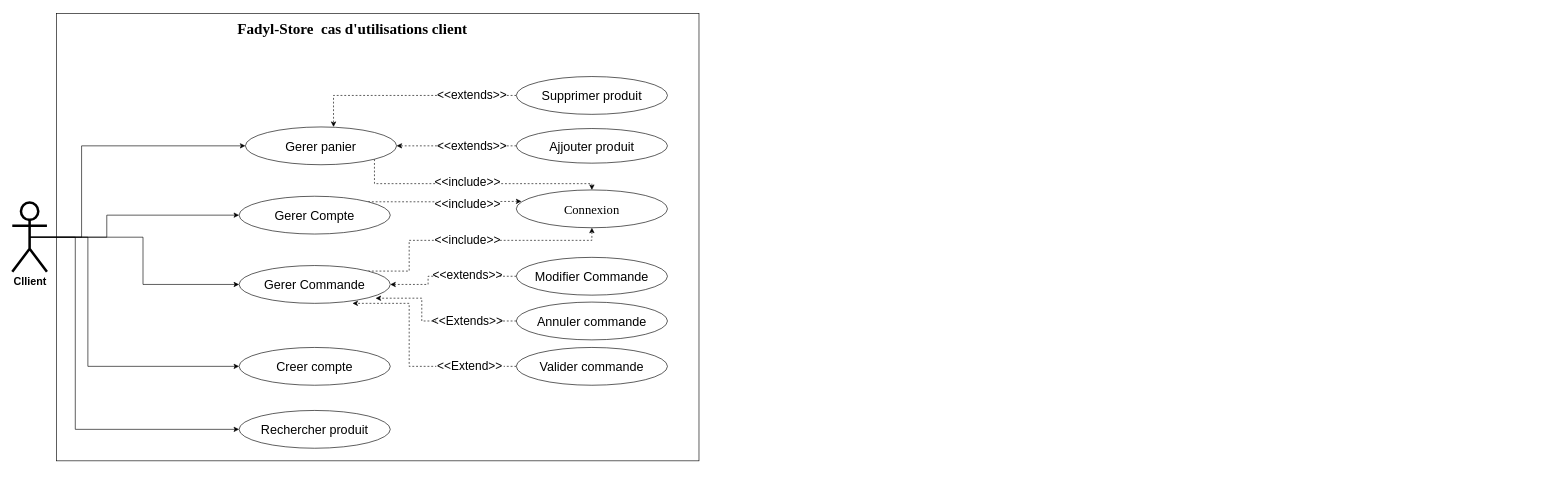
This is use case.drawio from Meshavegas/Fadhyl-Store, a draw.io file, before an edit. Source tidied: cells renumbered, new cells numbered last; positions are measured from the earlier drawing's top-left corner, leaving out a move shared by most shapes. Both pictures are drawn from the tidied source at 63%, with x=0, y=0 at pixel (12, 13).
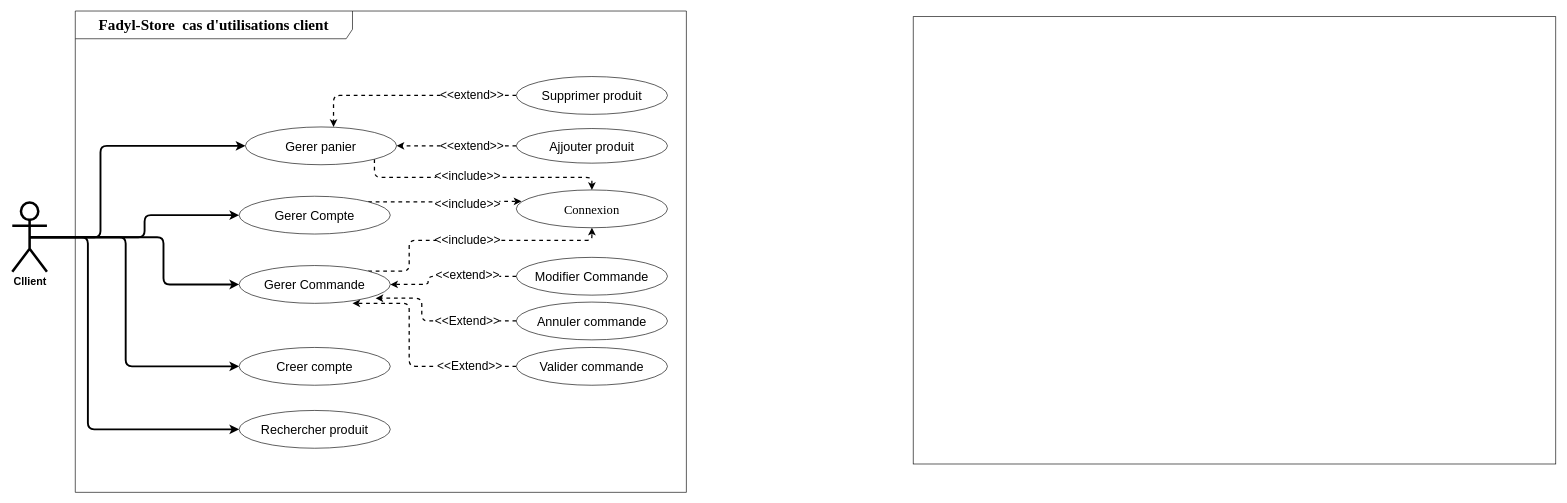
After the change.

Unchanged cells that the change refers to:
```xml
<mxCell id="8" value="&lt;b&gt;&lt;font style=&quot;font-size: 17px;&quot;&gt;Cllient&lt;/font&gt;&lt;/b&gt;" style="shape=umlActor;verticalLabelPosition=bottom;verticalAlign=top;html=1;strokeWidth=4;" parent="1" vertex="1">
  <mxGeometry y="300" width="55" height="110" as="geometry" />
</mxCell>
<mxCell id="12" value="&lt;font style=&quot;font-size: 20px;&quot;&gt;Gerer Compte&lt;/font&gt;" style="ellipse;whiteSpace=wrap;html=1;" parent="1" vertex="1">
  <mxGeometry x="360" y="290" width="240" height="60" as="geometry" />
</mxCell>
<mxCell id="14" value="&lt;font style=&quot;font-size: 20px;&quot;&gt;Gerer Commande&lt;/font&gt;" style="ellipse;whiteSpace=wrap;html=1;" parent="1" vertex="1">
  <mxGeometry x="360" y="400" width="240" height="60" as="geometry" />
</mxCell>
<mxCell id="15" value="&lt;font style=&quot;font-size: 20px;&quot;&gt;Creer compte&lt;/font&gt;" style="ellipse;whiteSpace=wrap;html=1;" parent="1" vertex="1">
  <mxGeometry x="360" y="530" width="240" height="60" as="geometry" />
</mxCell>
<mxCell id="16" value="&lt;font style=&quot;font-size: 20px;&quot;&gt;Rechercher produit&lt;/font&gt;" style="ellipse;whiteSpace=wrap;html=1;" parent="1" vertex="1">
  <mxGeometry x="360" y="630" width="240" height="60" as="geometry" />
</mxCell>
<mxCell id="18" value="&lt;font style=&quot;font-size: 20px;&quot;&gt;Ajjouter produit&lt;/font&gt;" style="ellipse;whiteSpace=wrap;html=1;flipV=1;flipH=1;" parent="1" vertex="1">
  <mxGeometry x="800" y="182.5" width="240" height="55" as="geometry" />
</mxCell>
<mxCell id="20" value="&lt;font style=&quot;font-size: 20px;&quot;&gt;Supprimer produit&lt;/font&gt;" style="ellipse;whiteSpace=wrap;html=1;flipV=1;flipH=1;" parent="1" vertex="1">
  <mxGeometry x="800" y="100" width="240" height="60" as="geometry" />
</mxCell>
<mxCell id="22" value="&lt;font style=&quot;font-size: 20px;&quot;&gt;Modifier Commande&lt;/font&gt;" style="ellipse;whiteSpace=wrap;html=1;flipV=1;flipH=1;" parent="1" vertex="1">
  <mxGeometry x="800" y="387" width="240" height="60" as="geometry" />
</mxCell>
<mxCell id="24" value="&lt;font style=&quot;font-size: 20px;&quot;&gt;Annuler commande&lt;/font&gt;" style="ellipse;whiteSpace=wrap;html=1;flipV=1;flipH=1;" parent="1" vertex="1">
  <mxGeometry x="800" y="458" width="240" height="60" as="geometry" />
</mxCell>
<mxCell id="26" value="&lt;font style=&quot;font-size: 20px;&quot;&gt;Valider commande&lt;/font&gt;" style="ellipse;whiteSpace=wrap;html=1;flipV=1;flipH=1;" parent="1" vertex="1">
  <mxGeometry x="800" y="530" width="240" height="60" as="geometry" />
</mxCell>
<mxCell id="27" value="&lt;font face=&quot;Times New Roman&quot; style=&quot;font-size: 20px;&quot;&gt;Connexion&lt;/font&gt;" style="ellipse;whiteSpace=wrap;html=1;" parent="1" vertex="1">
  <mxGeometry x="800" y="280" width="240" height="60" as="geometry" />
</mxCell>
```

Diff of the diagram source:
```diff
@@
     <mxCell id="2" style="rounded=0;whiteSpace=wrap;html=1;" parent="1" vertex="1">
-      <mxGeometry x="70" width="1020" height="710" as="geometry" />
+      <mxGeometry x="1430" y="5" width="1020" height="710" as="geometry" />
     </mxCell>
-    <mxCell id="3" style="edgeStyle=orthogonalEdgeStyle;rounded=0;jettySize=auto;html=1;exitX=0.5;exitY=0.5;exitDx=0;exitDy=0;exitPerimeter=0;entryX=0;entryY=0.5;entryDx=0;entryDy=0;" parent="1" edge="1" source="8" target="14">
-      <mxGeometry relative="1" as="geometry" />
+    <mxCell id="3" style="edgeStyle=orthogonalEdgeStyle;rounded=1;jettySize=auto;html=1;exitX=0.5;exitY=0.5;exitDx=0;exitDy=0;exitPerimeter=0;entryX=0;entryY=0.5;entryDx=0;entryDy=0;strokeWidth=3;" parent="1" edge="1" source="8" target="14">
+      <mxGeometry relative="1" as="geometry">
+        <Array as="points">
+          <mxPoint x="240" y="355" />
+          <mxPoint x="240" y="430" />
+        </Array>
+      </mxGeometry>
     </mxCell>
-    <mxCell id="4" style="edgeStyle=orthogonalEdgeStyle;rounded=0;jettySize=auto;html=1;exitX=0.5;exitY=0.5;exitDx=0;exitDy=0;exitPerimeter=0;entryX=0;entryY=0.5;entryDx=0;entryDy=0;" parent="1" edge="1" source="8" target="15">
+    <mxCell id="4" style="edgeStyle=orthogonalEdgeStyle;rounded=1;jettySize=auto;html=1;exitX=0.5;exitY=0.5;exitDx=0;exitDy=0;exitPerimeter=0;entryX=0;entryY=0.5;entryDx=0;entryDy=0;strokeWidth=3;" parent="1" edge="1" source="8" target="15">
       <mxGeometry relative="1" as="geometry">
         <Array as="points">
-          <mxPoint x="120" y="355" />
-          <mxPoint x="120" y="560" />
+          <mxPoint x="180" y="355" />
+          <mxPoint x="180" y="560" />
         </Array>
       </mxGeometry>
     </mxCell>
-    <mxCell id="5" style="edgeStyle=orthogonalEdgeStyle;rounded=0;jettySize=auto;html=1;exitX=0.5;exitY=0.5;exitDx=0;exitDy=0;exitPerimeter=0;entryX=0;entryY=0.5;entryDx=0;entryDy=0;" parent="1" edge="1" source="8" target="16">
+    <mxCell id="5" style="edgeStyle=orthogonalEdgeStyle;rounded=1;jettySize=auto;html=1;exitX=0.5;exitY=0.5;exitDx=0;exitDy=0;exitPerimeter=0;entryX=0;entryY=0.5;entryDx=0;entryDy=0;strokeWidth=3;" parent="1" edge="1" source="8" target="16">
       <mxGeometry relative="1" as="geometry">
         <Array as="points">
-          <mxPoint x="100" y="355" />
-          <mxPoint x="100" y="660" />
+          <mxPoint x="120" y="355" />
+          <mxPoint x="120" y="660" />
         </Array>
       </mxGeometry>
     </mxCell>
-    <mxCell id="6" style="edgeStyle=orthogonalEdgeStyle;rounded=0;jettySize=auto;html=1;exitX=0.5;exitY=0.5;exitDx=0;exitDy=0;exitPerimeter=0;entryX=0;entryY=0.5;entryDx=0;entryDy=0;" parent="1" edge="1" source="8" target="10">
+    <mxCell id="6" style="edgeStyle=orthogonalEdgeStyle;jettySize=auto;html=1;exitX=0.5;exitY=0.5;exitDx=0;exitDy=0;exitPerimeter=0;entryX=0;entryY=0.5;entryDx=0;entryDy=0;strokeWidth=3;rounded=1;" parent="1" edge="1" source="8" target="10">
       <mxGeometry relative="1" as="geometry">
         <Array as="points">
-          <mxPoint x="110" y="355" />
-          <mxPoint x="110" y="210" />
+          <mxPoint x="140" y="355" />
+          <mxPoint x="140" y="210" />
         </Array>
       </mxGeometry>
     </mxCell>
-    <mxCell id="7" style="edgeStyle=orthogonalEdgeStyle;rounded=0;jettySize=auto;html=1;exitX=0.5;exitY=0.5;exitDx=0;exitDy=0;exitPerimeter=0;entryX=0;entryY=0.5;entryDx=0;entryDy=0;" parent="1" edge="1" source="8" target="12">
+    <mxCell id="7" style="edgeStyle=orthogonalEdgeStyle;rounded=1;jettySize=auto;html=1;exitX=0.5;exitY=0.5;exitDx=0;exitDy=0;exitPerimeter=0;entryX=0;entryY=0.5;entryDx=0;entryDy=0;strokeWidth=3;" parent="1" edge="1" source="8" target="12">
       <mxGeometry relative="1" as="geometry">
         <Array as="points">
-          <mxPoint x="150" y="355" />
-          <mxPoint x="150" y="320" />
+          <mxPoint x="210" y="355" />
+          <mxPoint x="210" y="320" />
         </Array>
       </mxGeometry>
     </mxCell>
@@
-    <mxCell id="9" style="edgeStyle=orthogonalEdgeStyle;rounded=0;jettySize=auto;html=1;exitX=1;exitY=1;exitDx=0;exitDy=0;entryX=0.5;entryY=0;entryDx=0;entryDy=0;dashed=1;" parent="1" edge="1" source="10" target="27">
+    <mxCell id="9" style="edgeStyle=orthogonalEdgeStyle;rounded=1;jettySize=auto;html=1;exitX=1;exitY=1;exitDx=0;exitDy=0;entryX=0.5;entryY=0;entryDx=0;entryDy=0;dashed=1;strokeWidth=2;" parent="1" edge="1" source="10" target="27">
       <mxGeometry relative="1" as="geometry">
         <Array as="points">
-          <mxPoint x="575" y="270" />
-          <mxPoint x="920" y="270" />
+          <mxPoint x="575" y="260" />
+          <mxPoint x="920" y="260" />
         </Array>
       </mxGeometry>
     </mxCell>
-    <mxCell id="10" value="&lt;font style=&quot;font-size: 20px;&quot;&gt;Gerer panier&lt;/font&gt;" style="ellipse;whiteSpace=wrap;html=1;" parent="1" vertex="1">
+    <mxCell id="10" value="&lt;font style=&quot;font-size: 20px;&quot;&gt;Gerer panier&lt;/font&gt;" style="ellipse;whiteSpace=wrap;html=1;fillStyle=solid;" parent="1" vertex="1">
       <mxGeometry x="370" y="180" width="240" height="60" as="geometry" />
     </mxCell>
-    <mxCell id="11" style="edgeStyle=orthogonalEdgeStyle;rounded=0;jettySize=auto;html=1;exitX=1;exitY=0;exitDx=0;exitDy=0;entryX=0.034;entryY=0.302;entryDx=0;entryDy=0;entryPerimeter=0;dashed=1;" parent="1" edge="1" source="12" target="27">
+    <mxCell id="11" style="edgeStyle=orthogonalEdgeStyle;rounded=1;jettySize=auto;html=1;exitX=1;exitY=0;exitDx=0;exitDy=0;entryX=0.034;entryY=0.302;entryDx=0;entryDy=0;entryPerimeter=0;dashed=1;strokeWidth=2;" parent="1" edge="1" source="12" target="27">
       <mxGeometry relative="1" as="geometry" />
     </mxCell>
@@
-    <mxCell id="13" style="edgeStyle=orthogonalEdgeStyle;rounded=0;jettySize=auto;html=1;exitX=1;exitY=0;exitDx=0;exitDy=0;entryX=0.5;entryY=1;entryDx=0;entryDy=0;dashed=1;" parent="1" edge="1" source="14" target="27">
+    <mxCell id="13" style="edgeStyle=orthogonalEdgeStyle;rounded=1;jettySize=auto;html=1;exitX=1;exitY=0;exitDx=0;exitDy=0;entryX=0.5;entryY=1;entryDx=0;entryDy=0;dashed=1;strokeWidth=2;" parent="1" edge="1" source="14" target="27">
       <mxGeometry relative="1" as="geometry">
         <Array as="points">
           <mxPoint x="630" y="409" />
           <mxPoint x="630" y="360" />
           <mxPoint x="920" y="360" />
         </Array>
       </mxGeometry>
     </mxCell>
@@
-    <mxCell id="17" style="edgeStyle=orthogonalEdgeStyle;rounded=0;jettySize=auto;html=1;exitX=0;exitY=0.5;exitDx=0;exitDy=0;entryX=1;entryY=0.5;entryDx=0;entryDy=0;dashed=1;" parent="1" edge="1" source="18" target="10">
+    <mxCell id="17" style="edgeStyle=orthogonalEdgeStyle;rounded=0;jettySize=auto;html=1;exitX=0;exitY=0.5;exitDx=0;exitDy=0;entryX=1;entryY=0.5;entryDx=0;entryDy=0;dashed=1;strokeWidth=2;" parent="1" edge="1" source="18" target="10">
       <mxGeometry relative="1" as="geometry" />
     </mxCell>
@@
-    <mxCell id="19" style="edgeStyle=orthogonalEdgeStyle;rounded=0;jettySize=auto;html=1;entryX=0.583;entryY=0;entryDx=0;entryDy=0;entryPerimeter=0;dashed=1;" parent="1" edge="1" source="20" target="10">
+    <mxCell id="19" style="edgeStyle=orthogonalEdgeStyle;rounded=1;jettySize=auto;html=1;entryX=0.583;entryY=0;entryDx=0;entryDy=0;entryPerimeter=0;dashed=1;strokeWidth=2;" parent="1" edge="1" source="20" target="10">
       <mxGeometry relative="1" as="geometry" />
     </mxCell>
@@
-    <mxCell id="21" style="edgeStyle=orthogonalEdgeStyle;rounded=0;jettySize=auto;html=1;exitX=0;exitY=0.5;exitDx=0;exitDy=0;entryX=1;entryY=0.5;entryDx=0;entryDy=0;dashed=1;" parent="1" edge="1" source="22" target="14">
+    <mxCell id="21" style="edgeStyle=orthogonalEdgeStyle;rounded=1;jettySize=auto;html=1;exitX=0;exitY=0.5;exitDx=0;exitDy=0;entryX=1;entryY=0.5;entryDx=0;entryDy=0;dashed=1;strokeWidth=2;" parent="1" edge="1" source="22" target="14">
       <mxGeometry relative="1" as="geometry">
         <Array as="points">
           <mxPoint x="660" y="417" />
           <mxPoint x="660" y="430" />
         </Array>
       </mxGeometry>
     </mxCell>
@@
-    <mxCell id="23" style="edgeStyle=orthogonalEdgeStyle;rounded=0;jettySize=auto;html=1;exitX=0;exitY=0.5;exitDx=0;exitDy=0;entryX=0.903;entryY=0.864;entryDx=0;entryDy=0;entryPerimeter=0;dashed=1;" parent="1" edge="1" source="24" target="14">
+    <mxCell id="23" style="edgeStyle=orthogonalEdgeStyle;rounded=1;jettySize=auto;html=1;exitX=0;exitY=0.5;exitDx=0;exitDy=0;entryX=0.903;entryY=0.864;entryDx=0;entryDy=0;entryPerimeter=0;dashed=1;strokeWidth=2;" parent="1" edge="1" source="24" target="14">
       <mxGeometry relative="1" as="geometry">
         <Array as="points">
           <mxPoint x="650" y="488" />
           <mxPoint x="650" y="452" />
         </Array>
       </mxGeometry>
     </mxCell>
@@
-    <mxCell id="25" style="edgeStyle=orthogonalEdgeStyle;rounded=0;jettySize=auto;html=1;exitX=0;exitY=0.5;exitDx=0;exitDy=0;entryX=0.75;entryY=1;entryDx=0;entryDy=0;entryPerimeter=0;dashed=1;" parent="1" edge="1" source="26" target="14">
+    <mxCell id="25" style="edgeStyle=orthogonalEdgeStyle;rounded=1;jettySize=auto;html=1;exitX=0;exitY=0.5;exitDx=0;exitDy=0;entryX=0.75;entryY=1;entryDx=0;entryDy=0;entryPerimeter=0;dashed=1;strokeWidth=2;" parent="1" edge="1" source="26" target="14">
       <mxGeometry relative="1" as="geometry">
         <Array as="points">
           <mxPoint x="630" y="560" />
           <mxPoint x="630" y="460" />
         </Array>
       </mxGeometry>
     </mxCell>
@@
-    <mxCell id="28" value="&lt;font size=&quot;1&quot; face=&quot;Times New Roman&quot; style=&quot;&quot;&gt;&lt;b style=&quot;font-size: 24px;&quot;&gt;Fadyl-Store&amp;nbsp; cas d'utilisations client&lt;/b&gt;&lt;/font&gt;" style="text;html=1;strokeColor=none;fillColor=none;align=center;verticalAlign=middle;whiteSpace=wrap;rounded=0;" parent="1" vertex="1">
-      <mxGeometry x="310" y="10" width="460" height="30" as="geometry" />
-    </mxCell>
@@
-    <mxCell id="30" value="&lt;font style=&quot;font-size: 19px;&quot;&gt;&amp;lt;&amp;lt;Extends&amp;gt;&amp;gt;&lt;/font&gt;" style="text;html=1;strokeColor=none;fillColor=default;align=center;verticalAlign=middle;whiteSpace=wrap;rounded=0;" parent="1" vertex="1">
+    <mxCell id="30" value="&lt;font style=&quot;font-size: 19px;&quot;&gt;&amp;lt;&amp;lt;Extend&amp;gt;&amp;gt;&lt;/font&gt;" style="text;html=1;strokeColor=none;fillColor=default;align=center;verticalAlign=middle;whiteSpace=wrap;rounded=0;" parent="1" vertex="1">
       <mxGeometry x="673" y="474" width="100" height="30" as="geometry" />
     </mxCell>
-    <mxCell id="31" value="&lt;font style=&quot;font-size: 19px;&quot;&gt;&amp;lt;&amp;lt;extends&amp;gt;&amp;gt;&lt;/font&gt;" style="text;html=1;strokeColor=none;fillColor=default;align=center;verticalAlign=middle;whiteSpace=wrap;rounded=0;" parent="1" vertex="1">
+    <mxCell id="31" value="&lt;font style=&quot;font-size: 19px;&quot;&gt;&amp;lt;&amp;lt;extend&amp;gt;&amp;gt;&lt;/font&gt;" style="text;html=1;strokeColor=none;fillColor=default;align=center;verticalAlign=middle;whiteSpace=wrap;rounded=0;" parent="1" vertex="1">
       <mxGeometry x="673" y="401" width="100" height="30" as="geometry" />
     </mxCell>
@@
     <mxCell id="34" value="&lt;font style=&quot;font-size: 19px;&quot;&gt;&amp;lt;&amp;lt;include&amp;gt;&amp;gt;&lt;/font&gt;" style="text;html=1;strokeColor=none;fillColor=default;align=center;verticalAlign=middle;whiteSpace=wrap;rounded=0;" parent="1" vertex="1">
-      <mxGeometry x="673" y="254" width="100" height="30" as="geometry" />
+      <mxGeometry x="673" y="244" width="100" height="30" as="geometry" />
     </mxCell>
-    <mxCell id="35" value="&lt;font style=&quot;font-size: 19px;&quot;&gt;&amp;lt;&amp;lt;extends&amp;gt;&amp;gt;&lt;/font&gt;" style="text;html=1;strokeColor=none;fillColor=default;align=center;verticalAlign=middle;whiteSpace=wrap;rounded=0;" parent="1" vertex="1">
+    <mxCell id="35" value="&lt;font style=&quot;font-size: 19px;&quot;&gt;&amp;lt;&amp;lt;extend&amp;gt;&amp;gt;&lt;/font&gt;" style="text;html=1;strokeColor=none;fillColor=default;align=center;verticalAlign=middle;whiteSpace=wrap;rounded=0;" parent="1" vertex="1">
       <mxGeometry x="680" y="115" width="100" height="30" as="geometry" />
     </mxCell>
-    <mxCell id="36" value="&lt;font style=&quot;font-size: 19px;&quot;&gt;&amp;lt;&amp;lt;extends&amp;gt;&amp;gt;&lt;/font&gt;" style="text;html=1;strokeColor=none;fillColor=default;align=center;verticalAlign=middle;whiteSpace=wrap;rounded=0;" parent="1" vertex="1">
+    <mxCell id="36" value="&lt;font style=&quot;font-size: 19px;&quot;&gt;&amp;lt;&amp;lt;extend&amp;gt;&amp;gt;&lt;/font&gt;" style="text;html=1;strokeColor=none;fillColor=default;align=center;verticalAlign=middle;whiteSpace=wrap;rounded=0;" parent="1" vertex="1">
       <mxGeometry x="680" y="196" width="100" height="30" as="geometry" />
     </mxCell>
+    <mxCell id="28" value="&lt;b style=&quot;border-color: var(--border-color); font-family: &amp;quot;Times New Roman&amp;quot;; font-size: 24px;&quot;&gt;Fadyl-Store&amp;nbsp; cas d'utilisations client&lt;/b&gt;" style="shape=umlFrame;whiteSpace=wrap;html=1;width=440;height=44;" parent="1" vertex="1">
+      <mxGeometry x="100" y="-4" width="970" height="764" as="geometry" />
+    </mxCell>
```
